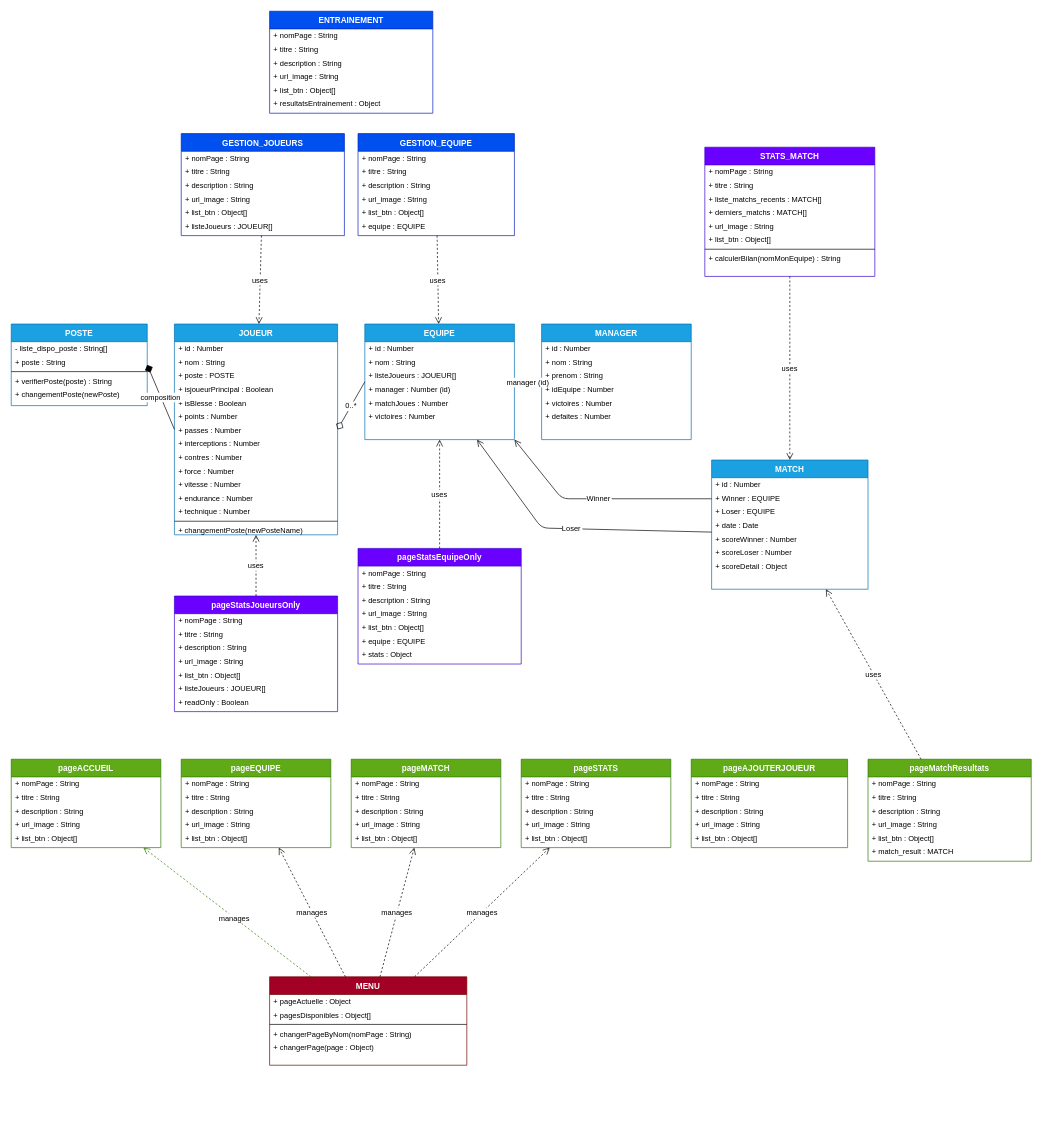
This is uml/classes.drawio from visualAngus/Sport-manager, a draw.io file, before an edit. Source tidied: cells renumbered, new cells numbered last; positions are measured from the earlier drawing's top-left corner, leaving out a move shared by most shapes. Both pictures are drawn from the tidied source at 68%, with x=0, y=0 at pixel (11, 11).
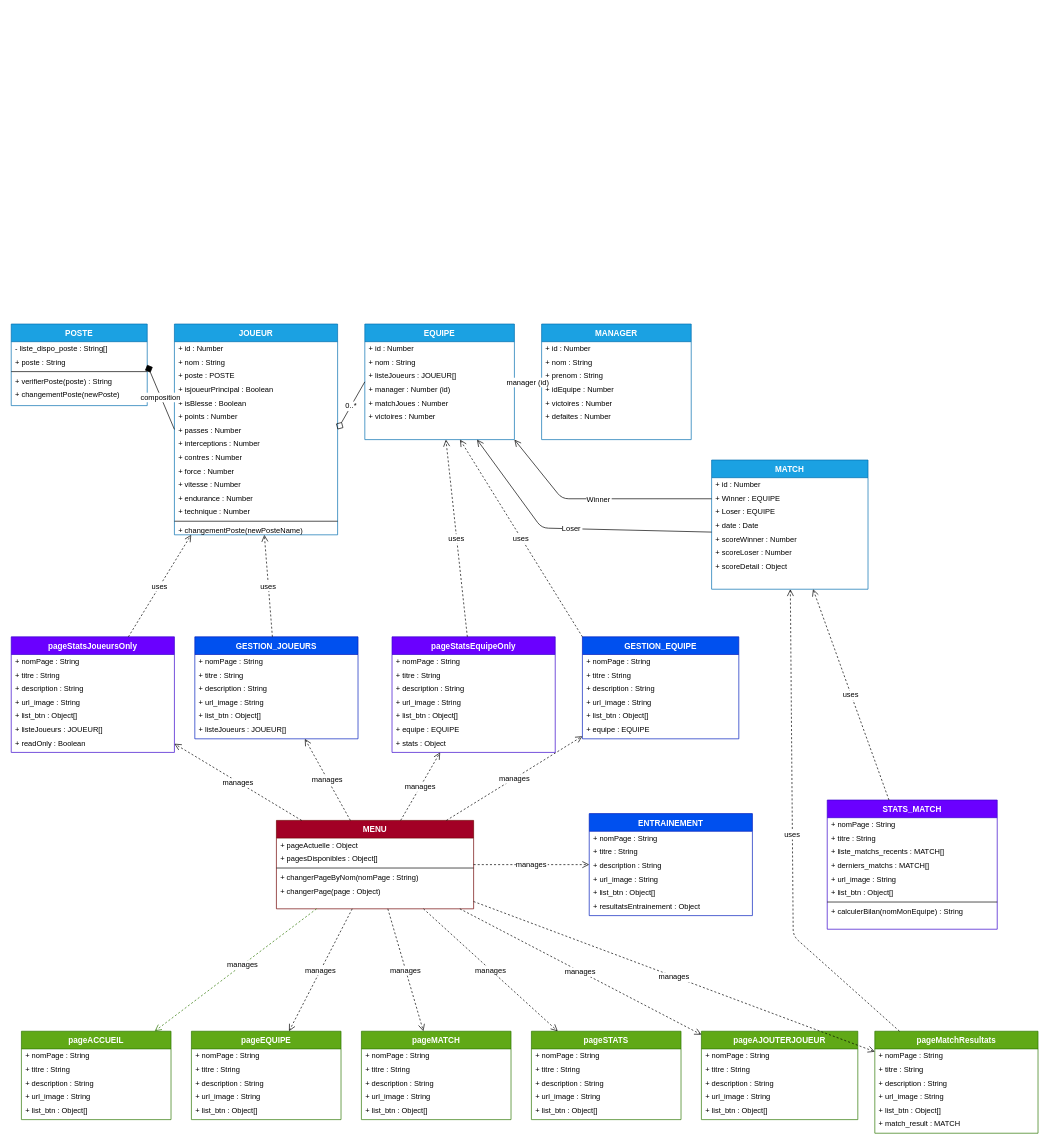
The same page after the edit.

The change refers to these unchanged cells:
```xml
<mxCell id="24" value="EQUIPE" style="swimlane;fontStyle=1;align=center;startSize=26;fillColor=#1ba1e2;strokeColor=#006EAF;fontColor=#ffffff;" parent="1" vertex="1">
  <mxGeometry x="520" y="460" width="220" height="170" as="geometry" />
</mxCell>
<mxCell id="38" value="MATCH" style="swimlane;fontStyle=1;align=center;startSize=26;fillColor=#1ba1e2;strokeColor=#006EAF;fontColor=#ffffff;" parent="1" vertex="1">
  <mxGeometry x="1030" y="660" width="230" height="190" as="geometry" />
</mxCell>
```

The edit, as a diff of the source:
```diff
@@
     <mxCell id="46" value="pageACCUEIL" style="swimlane;fontStyle=1;align=center;startSize=26;fillColor=#60a917;strokeColor=#2D7600;fontColor=#ffffff;" parent="1" vertex="1">
-      <mxGeometry y="1100" width="220" height="130" as="geometry" />
+      <mxGeometry x="15" y="1500" width="220" height="130" as="geometry" />
     </mxCell>
@@
     <mxCell id="52" value="pageEQUIPE" style="swimlane;fontStyle=1;align=center;startSize=26;fillColor=#60a917;strokeColor=#2D7600;fontColor=#ffffff;" parent="1" vertex="1">
-      <mxGeometry x="250" y="1100" width="220" height="130" as="geometry" />
+      <mxGeometry x="265" y="1500" width="220" height="130" as="geometry" />
     </mxCell>
@@
     <mxCell id="58" value="pageMATCH" style="swimlane;fontStyle=1;align=center;startSize=26;fillColor=#60a917;strokeColor=#2D7600;fontColor=#ffffff;" parent="1" vertex="1">
-      <mxGeometry x="500" y="1100" width="220" height="130" as="geometry" />
+      <mxGeometry x="515" y="1500" width="220" height="130" as="geometry" />
     </mxCell>
@@
     <mxCell id="64" value="pageSTATS" style="swimlane;fontStyle=1;align=center;startSize=26;fillColor=#60a917;strokeColor=#2D7600;fontColor=#ffffff;" parent="1" vertex="1">
-      <mxGeometry x="750" y="1100" width="220" height="130" as="geometry" />
+      <mxGeometry x="765" y="1500" width="220" height="130" as="geometry" />
     </mxCell>
@@
     <mxCell id="70" value="pageAJOUTERJOUEUR" style="swimlane;fontStyle=1;align=center;startSize=26;fillColor=#60a917;strokeColor=#2D7600;fontColor=#ffffff;" parent="1" vertex="1">
-      <mxGeometry x="1000" y="1100" width="230" height="130" as="geometry" />
+      <mxGeometry x="1015" y="1500" width="230" height="130" as="geometry" />
     </mxCell>
@@
     <mxCell id="76" value="pageMatchResultats" style="swimlane;fontStyle=1;align=center;startSize=26;fillColor=#60a917;fontColor=#ffffff;strokeColor=#2D7600;" parent="1" vertex="1">
-      <mxGeometry x="1260" y="1100" width="240" height="150" as="geometry" />
+      <mxGeometry x="1270" y="1500" width="240" height="150" as="geometry" />
     </mxCell>
@@
     <mxCell id="83" value="GESTION_JOUEURS" style="swimlane;fontStyle=1;align=center;startSize=26;fillColor=#0050ef;strokeColor=#001DBC;fontColor=#ffffff;" parent="1" vertex="1">
-      <mxGeometry x="250" y="180" width="240" height="150" as="geometry" />
+      <mxGeometry x="270" y="920" width="240" height="150" as="geometry" />
     </mxCell>
@@
     <mxCell id="90" value="GESTION_EQUIPE" style="swimlane;fontStyle=1;align=center;startSize=26;fillColor=#0050ef;strokeColor=#001DBC;fontColor=#ffffff;" parent="1" vertex="1">
-      <mxGeometry x="510" y="180" width="230" height="150" as="geometry" />
+      <mxGeometry x="840" y="920" width="230" height="150" as="geometry" />
     </mxCell>
@@
     <mxCell id="97" value="ENTRAINEMENT" style="swimlane;fontStyle=1;align=center;startSize=26;fillColor=#0050ef;strokeColor=#001DBC;fontColor=#ffffff;" parent="1" vertex="1">
-      <mxGeometry x="380" width="240" height="150" as="geometry" />
+      <mxGeometry x="850" y="1180" width="240" height="150" as="geometry" />
     </mxCell>
@@
     <mxCell id="104" value="pageStatsEquipeOnly" style="swimlane;fontStyle=1;align=center;startSize=26;fillColor=#6a00ff;strokeColor=#3700CC;fontColor=#ffffff;" parent="1" vertex="1">
-      <mxGeometry x="510" y="790" width="240" height="170" as="geometry" />
+      <mxGeometry x="560" y="920" width="240" height="170" as="geometry" />
     </mxCell>
@@
     <mxCell id="112" value="pageStatsJoueursOnly" style="swimlane;fontStyle=1;align=center;startSize=26;fillColor=#6a00ff;strokeColor=#3700CC;fontColor=#ffffff;" parent="1" vertex="1">
-      <mxGeometry x="240" y="860" width="240" height="170" as="geometry" />
+      <mxGeometry y="920" width="240" height="170" as="geometry" />
     </mxCell>
@@
     <mxCell id="120" value="STATS_MATCH" style="swimlane;fontStyle=1;align=center;startSize=26;fillColor=#6a00ff;strokeColor=#3700CC;fontColor=#ffffff;" parent="1" vertex="1">
-      <mxGeometry x="1020" y="200" width="250" height="190" as="geometry" />
+      <mxGeometry x="1200" y="1160" width="250" height="190" as="geometry" />
     </mxCell>
@@
     <mxCell id="129" value="MENU" style="swimlane;fontStyle=1;align=center;startSize=26;fillColor=#a20025;strokeColor=#6F0000;fontColor=#ffffff;" parent="1" vertex="1">
-      <mxGeometry x="380" y="1420" width="290" height="130" as="geometry" />
+      <mxGeometry x="390" y="1190" width="290" height="130" as="geometry" />
     </mxCell>
@@
-    <mxCell id="141" value="uses" style="dashed=1;endArrow=open;endSize=8;" parent="1" edge="1" source="90" target="24">
-      <mxGeometry relative="1" as="geometry" />
+    <mxCell id="141" value="uses" style="dashed=1;endArrow=open;endSize=8;exitX=0;exitY=0;exitDx=0;exitDy=0;" parent="1" edge="1" source="90">
+      <mxGeometry relative="1" as="geometry">
+        <mxPoint x="660" y="630" as="targetPoint" />
+      </mxGeometry>
     </mxCell>
@@
     <mxCell id="145" value="uses" style="dashed=1;endArrow=open;endSize=8;" parent="1" edge="1" source="76" target="38">
-      <mxGeometry relative="1" as="geometry" />
+      <mxGeometry relative="1" as="geometry">
+        <Array as="points">
+          <mxPoint x="1150" y="1360" />
+        </Array>
+      </mxGeometry>
     </mxCell>
@@
+    <mxCell id="150" value="manages" style="dashed=1;endArrow=open;endSize=8;" parent="1" edge="1" source="129" target="70">
+      <mxGeometry relative="1" as="geometry" />
+    </mxCell>
+    <mxCell id="151" value="manages" style="dashed=1;endArrow=open;endSize=8;" parent="1" edge="1" source="129" target="83">
+      <mxGeometry relative="1" as="geometry" />
+    </mxCell>
+    <mxCell id="152" value="manages" style="dashed=1;endArrow=open;endSize=8;" parent="1" edge="1" source="129" target="90">
+      <mxGeometry relative="1" as="geometry" />
+    </mxCell>
+    <mxCell id="153" value="manages" style="dashed=1;endArrow=open;endSize=8;" parent="1" edge="1" source="129" target="97">
+      <mxGeometry relative="1" as="geometry" />
+    </mxCell>
+    <mxCell id="154" value="manages" style="dashed=1;endArrow=open;endSize=8;" parent="1" edge="1" source="129" target="104">
+      <mxGeometry relative="1" as="geometry" />
+    </mxCell>
+    <mxCell id="155" value="manages" style="dashed=1;endArrow=open;endSize=8;" parent="1" edge="1" source="129" target="112">
+      <mxGeometry relative="1" as="geometry" />
+    </mxCell>
+    <mxCell id="156" value="manages" style="dashed=1;endArrow=open;endSize=8;" parent="1" edge="1" source="129" target="76">
+      <mxGeometry relative="1" as="geometry" />
+    </mxCell>
```
